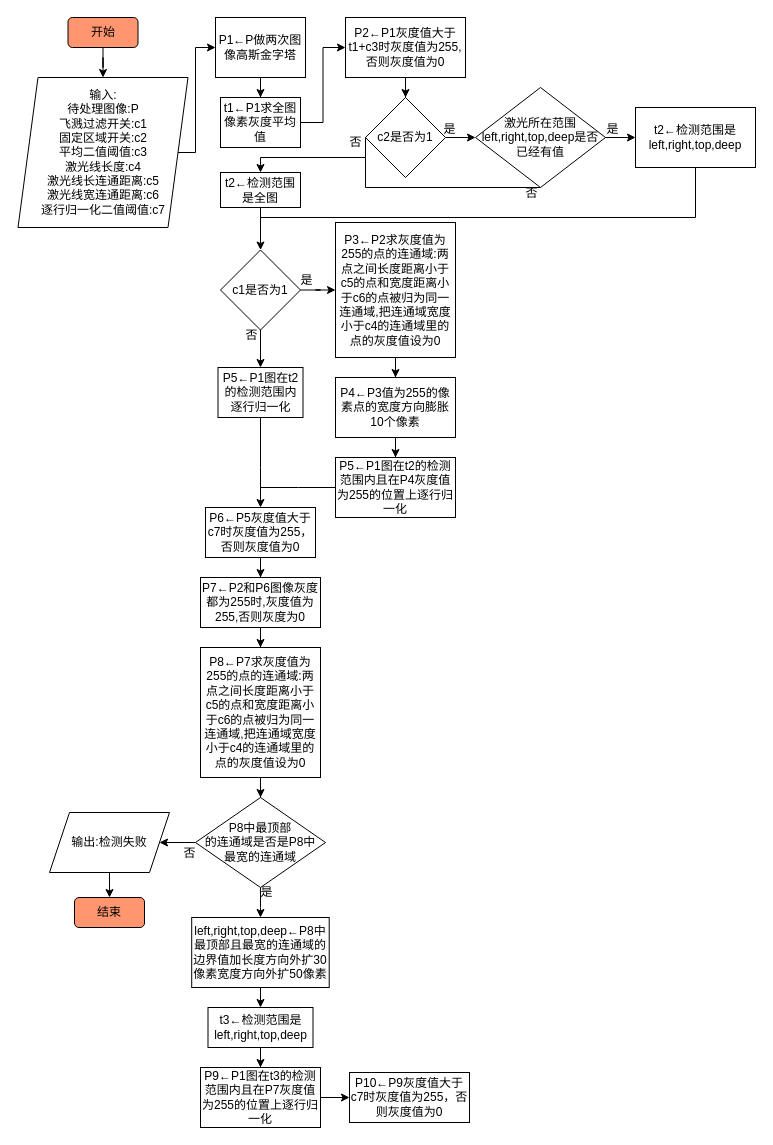
Before: 未命名绘图.drawio in qubo188612/Visio, a draw.io diagram. Source tidied: cells renumbered, new cells numbered last; positions are measured from the earlier drawing's top-left corner, leaving out a move shared by most shapes. Both pictures are drawn from the tidied source at 100%, with x=0, y=0 at pixel (17, 17).
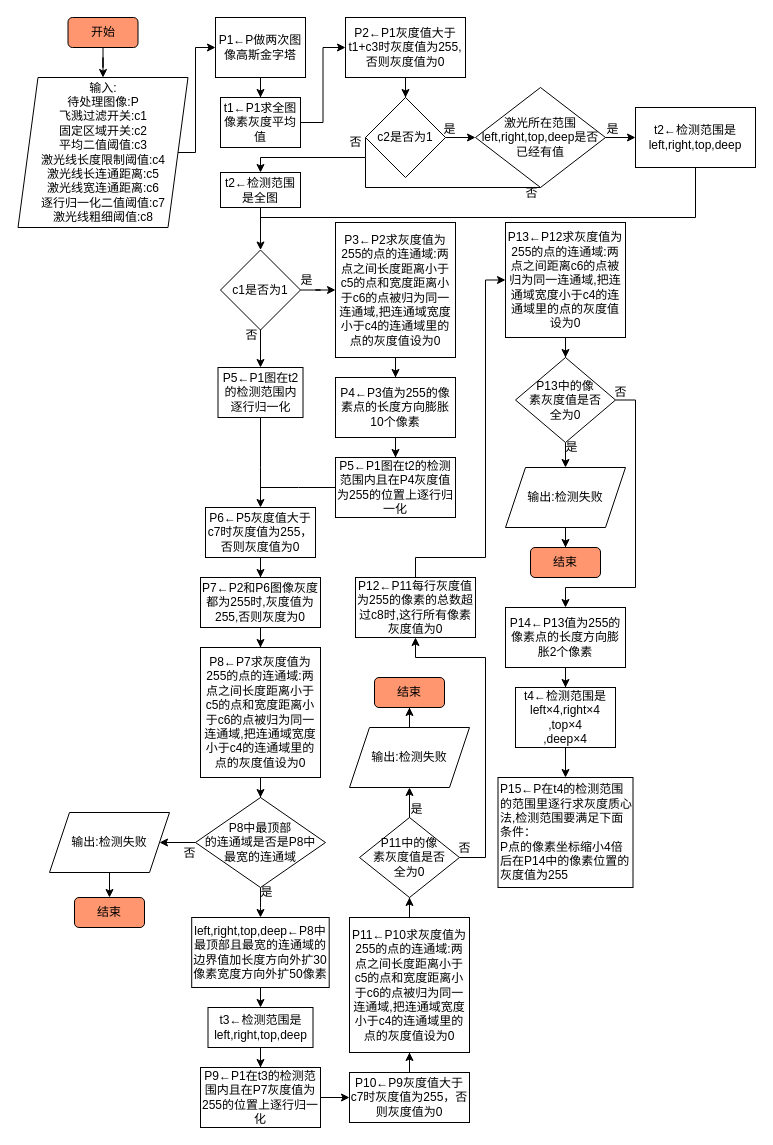
After the change.

Commit message:
更新未命名绘图.drawio

Unchanged cells that the change refers to:
```xml
<mxCell id="59" value="P10←P9灰度值大于c7时灰度值为255，否则灰度值为0" style="rounded=0;whiteSpace=wrap;html=1;fillColor=#FFFFFF;" parent="1" vertex="1">
  <mxGeometry x="332" y="1055" width="120" height="50" as="geometry" />
</mxCell>
```

Diff of the diagram source:
```diff
@@
-    <mxCell id="5" value="输入:&lt;br&gt;待处理图像:P&lt;br&gt;飞溅过滤开关:c1&lt;br&gt;固定区域开关:c2&lt;br&gt;平均二值阈值:c3&lt;br&gt;激光线长度:c4&lt;br&gt;激光线长连通距离:c5&lt;br&gt;激光线宽连通距离:c6&lt;br&gt;逐行归一化二值阈值:c7" style="shape=parallelogram;perimeter=parallelogramPerimeter;whiteSpace=wrap;html=1;fixedSize=1;" parent="1" vertex="1">
+    <mxCell id="5" value="输入:&lt;br&gt;待处理图像:P&lt;br&gt;飞溅过滤开关:c1&lt;br&gt;固定区域开关:c2&lt;br&gt;平均二值阈值:c3&lt;br&gt;激光线长度限制阈值:c4&lt;br&gt;激光线长连通距离:c5&lt;br&gt;激光线宽连通距离:c6&lt;br&gt;逐行归一化二值阈值:c7&lt;br&gt;激光线粗细阈值:c8" style="shape=parallelogram;perimeter=parallelogramPerimeter;whiteSpace=wrap;html=1;fixedSize=1;" parent="1" vertex="1">
       <mxGeometry x="0.5" y="60" width="170" height="150" as="geometry" />
     </mxCell>
@@
-    <mxCell id="19" value="P4←P3值为255的像素点的宽度方向膨胀10个像素" style="rounded=0;whiteSpace=wrap;html=1;fillColor=#FFFFFF;" parent="1" vertex="1">
+    <mxCell id="19" value="P4←P3值为255的像素点的长度方向膨胀10个像素" style="rounded=0;whiteSpace=wrap;html=1;fillColor=#FFFFFF;" parent="1" vertex="1">
       <mxGeometry x="318" y="360" width="120" height="60" as="geometry" />
     </mxCell>
@@
-    <mxCell id="57" value="P9←P1图在t3的检测范围内且在P7灰度值为255的位置上逐行归一化" style="rounded=0;whiteSpace=wrap;html=1;fillColor=#FFFFFF;" parent="1" vertex="1">
+    <mxCell id="57" value="P9←P1在t3的检测范围内且在P7灰度值为255的位置上逐行归一化" style="rounded=0;whiteSpace=wrap;html=1;fillColor=#FFFFFF;" parent="1" vertex="1">
       <mxGeometry x="183" y="1050" width="120" height="60" as="geometry" />
     </mxCell>
@@
+    <mxCell id="60" style="edgeStyle=orthogonalEdgeStyle;rounded=0;jettySize=auto;html=1;endArrow=classic;endFill=1;" parent="1" edge="1" source="59" target="62">
+      <mxGeometry relative="1" as="geometry" />
+    </mxCell>
@@
+    <mxCell id="61" style="edgeStyle=orthogonalEdgeStyle;rounded=0;jettySize=auto;html=1;endArrow=classic;endFill=1;" parent="1" edge="1" source="62" target="65">
+      <mxGeometry relative="1" as="geometry" />
+    </mxCell>
+    <mxCell id="62" value="P11←P10求灰度值为255的点的连通域:两点之间长度距离小于c5的点和宽度距离小于c6的点被归为同一连通域,把连通域宽度小于c4的连通域里的点的灰度值设为0" style="rounded=0;whiteSpace=wrap;html=1;fillColor=#FFFFFF;" parent="1" vertex="1">
+      <mxGeometry x="332" y="900" width="120" height="135" as="geometry" />
+    </mxCell>
+    <mxCell id="63" style="edgeStyle=orthogonalEdgeStyle;rounded=0;jettySize=auto;html=1;endArrow=classic;endFill=1;" parent="1" edge="1" source="65" target="67">
+      <mxGeometry relative="1" as="geometry" />
+    </mxCell>
+    <mxCell id="64" style="edgeStyle=orthogonalEdgeStyle;rounded=0;jettySize=auto;html=1;exitX=1;exitY=0.5;exitDx=0;exitDy=0;entryX=0.5;entryY=1;entryDx=0;entryDy=0;endArrow=classic;endFill=1;" parent="1" edge="1" source="65" target="71">
+      <mxGeometry relative="1" as="geometry">
+        <Array as="points">
+          <mxPoint x="468" y="840" />
+          <mxPoint x="468" y="640" />
+          <mxPoint x="398" y="640" />
+        </Array>
+      </mxGeometry>
+    </mxCell>
+    <mxCell id="65" value="P11中的像&lt;br&gt;素灰度值是否&lt;br&gt;全为0" style="rhombus;whiteSpace=wrap;html=1;fillColor=#FFFFFF;" parent="1" vertex="1">
+      <mxGeometry x="342" y="800" width="100" height="80" as="geometry" />
+    </mxCell>
+    <mxCell id="66" style="edgeStyle=orthogonalEdgeStyle;rounded=0;jettySize=auto;html=1;endArrow=classic;endFill=1;" parent="1" edge="1" source="67" target="69">
+      <mxGeometry relative="1" as="geometry" />
+    </mxCell>
+    <mxCell id="67" value="输出:检测失败" style="shape=parallelogram;perimeter=parallelogramPerimeter;whiteSpace=wrap;html=1;fixedSize=1;fillColor=#FFFFFF;" parent="1" vertex="1">
+      <mxGeometry x="332" y="710" width="120" height="60" as="geometry" />
+    </mxCell>
+    <mxCell id="68" value="是" style="text;html=1;align=center;verticalAlign=middle;strokeColor=none;fillColor=none;" parent="1" vertex="1">
+      <mxGeometry x="379" y="777" width="40" height="30" as="geometry" />
+    </mxCell>
+    <mxCell id="69" value="结束" style="rounded=1;whiteSpace=wrap;html=1;fillColor=#FF9670;" parent="1" vertex="1">
+      <mxGeometry x="357" y="660" width="70" height="30" as="geometry" />
+    </mxCell>
+    <mxCell id="70" style="edgeStyle=orthogonalEdgeStyle;rounded=0;jettySize=auto;html=1;entryX=0;entryY=0.5;entryDx=0;entryDy=0;endArrow=classic;endFill=1;" parent="1" edge="1" source="71" target="74">
+      <mxGeometry relative="1" as="geometry">
+        <Array as="points">
+          <mxPoint x="398" y="540" />
+          <mxPoint x="468" y="540" />
+          <mxPoint x="468" y="263" />
+        </Array>
+      </mxGeometry>
+    </mxCell>
+    <mxCell id="71" value="P12←P11每行灰度值为255的像素的总数超过c8时,这行所有像素灰度值为0" style="rounded=0;whiteSpace=wrap;html=1;fillColor=#FFFFFF;" parent="1" vertex="1">
+      <mxGeometry x="338" y="560" width="120" height="60" as="geometry" />
+    </mxCell>
+    <mxCell id="72" value="否" style="text;html=1;align=center;verticalAlign=middle;strokeColor=none;fillColor=none;" parent="1" vertex="1">
+      <mxGeometry x="427" y="816" width="40" height="30" as="geometry" />
+    </mxCell>
+    <mxCell id="73" style="edgeStyle=orthogonalEdgeStyle;rounded=0;jettySize=auto;html=1;endArrow=classic;endFill=1;" parent="1" edge="1" source="74" target="79">
+      <mxGeometry relative="1" as="geometry" />
+    </mxCell>
+    <mxCell id="74" value="P13←P12求灰度值为255的点的连通域:两点之间距离c6的点被归为同一连通域,把连通域宽度小于c4的连通域里的点的灰度值设为0" style="rounded=0;whiteSpace=wrap;html=1;fillColor=#FFFFFF;" parent="1" vertex="1">
+      <mxGeometry x="488" y="205" width="120" height="115" as="geometry" />
+    </mxCell>
+    <mxCell id="75" style="edgeStyle=orthogonalEdgeStyle;rounded=0;jettySize=auto;html=1;endArrow=classic;endFill=1;" parent="1" edge="1" source="76" target="86">
+      <mxGeometry relative="1" as="geometry" />
+    </mxCell>
+    <mxCell id="76" value="P14←P13值为255的像素点的长度方向膨胀2个像素" style="rounded=0;whiteSpace=wrap;html=1;fillColor=#FFFFFF;" parent="1" vertex="1">
+      <mxGeometry x="488" y="590" width="120" height="60" as="geometry" />
+    </mxCell>
+    <mxCell id="77" style="edgeStyle=orthogonalEdgeStyle;rounded=0;jettySize=auto;html=1;endArrow=classic;endFill=1;" parent="1" edge="1" source="79" target="81">
+      <mxGeometry relative="1" as="geometry" />
+    </mxCell>
+    <mxCell id="78" style="edgeStyle=orthogonalEdgeStyle;rounded=0;jettySize=auto;html=1;exitX=1;exitY=0.5;exitDx=0;exitDy=0;endArrow=classic;endFill=1;entryX=0.5;entryY=0;entryDx=0;entryDy=0;" parent="1" edge="1" source="79" target="76">
+      <mxGeometry relative="1" as="geometry">
+        <Array as="points">
+          <mxPoint x="618" y="383" />
+          <mxPoint x="618" y="570" />
+          <mxPoint x="548" y="570" />
+        </Array>
+      </mxGeometry>
+    </mxCell>
+    <mxCell id="79" value="P13中的像&lt;br&gt;素灰度值是否&lt;br&gt;全为0" style="rhombus;whiteSpace=wrap;html=1;fillColor=#FFFFFF;" parent="1" vertex="1">
+      <mxGeometry x="498" y="340" width="100" height="85" as="geometry" />
+    </mxCell>
+    <mxCell id="80" style="edgeStyle=orthogonalEdgeStyle;rounded=0;jettySize=auto;html=1;endArrow=classic;endFill=1;" parent="1" edge="1" source="81" target="83">
+      <mxGeometry relative="1" as="geometry" />
+    </mxCell>
+    <mxCell id="81" value="输出:检测失败" style="shape=parallelogram;perimeter=parallelogramPerimeter;whiteSpace=wrap;html=1;fixedSize=1;fillColor=#FFFFFF;" parent="1" vertex="1">
+      <mxGeometry x="488" y="450" width="120" height="60" as="geometry" />
+    </mxCell>
+    <mxCell id="82" value="是" style="text;html=1;align=center;verticalAlign=middle;strokeColor=none;fillColor=none;" parent="1" vertex="1">
+      <mxGeometry x="534" y="415" width="40" height="30" as="geometry" />
+    </mxCell>
+    <mxCell id="83" value="结束" style="rounded=1;whiteSpace=wrap;html=1;fillColor=#FF9670;" parent="1" vertex="1">
+      <mxGeometry x="513" y="530" width="70" height="30" as="geometry" />
+    </mxCell>
+    <mxCell id="84" value="否" style="text;html=1;align=center;verticalAlign=middle;strokeColor=none;fillColor=none;" parent="1" vertex="1">
+      <mxGeometry x="583" y="360" width="40" height="30" as="geometry" />
+    </mxCell>
+    <mxCell id="85" style="edgeStyle=orthogonalEdgeStyle;rounded=0;jettySize=auto;html=1;endArrow=classic;endFill=1;" parent="1" edge="1" source="86" target="87">
+      <mxGeometry relative="1" as="geometry" />
+    </mxCell>
+    <mxCell id="86" value="t4←检测范围是left×4,right×4&lt;br&gt;,top×4&lt;br&gt;,deep×4" style="rounded=0;whiteSpace=wrap;html=1;fillColor=#FFFFFF;" parent="1" vertex="1">
+      <mxGeometry x="498" y="670" width="100" height="60" as="geometry" />
+    </mxCell>
+    <mxCell id="87" value="&lt;div style=&quot;&quot;&gt;&lt;span style=&quot;background-color: initial;&quot;&gt;P15←P在t4的检测范围的范围里逐行求灰度质心法&lt;/span&gt;&lt;span style=&quot;background-color: initial;&quot;&gt;,检测范围要满足下面条件：&lt;/span&gt;&lt;/div&gt;P点的像素坐标缩小4倍后在P14中的像素位置的灰度值为255" style="rounded=0;whiteSpace=wrap;html=1;fillColor=#FFFFFF;align=left;" parent="1" vertex="1">
+      <mxGeometry x="480.5" y="760" width="135" height="110" as="geometry" />
+    </mxCell>
```
